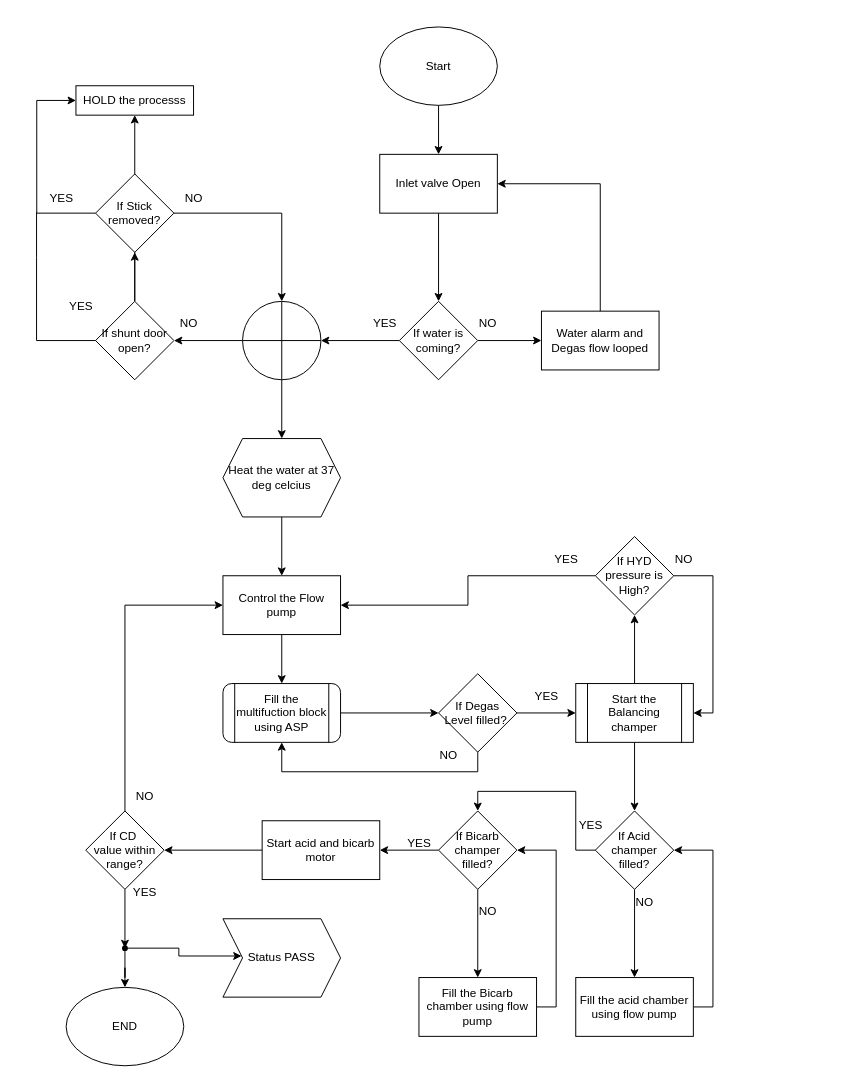
The draw.io diagram Untitled Diagram.drawio in Balaji-Soft/Minion-repo, before the edit. Source tidied: cells renumbered, new cells numbered last; positions are measured from the earlier drawing's top-left corner, leaving out a move shared by most shapes. Both pictures are drawn from the tidied source at 98%, with x=0, y=0 at pixel (36, 26).
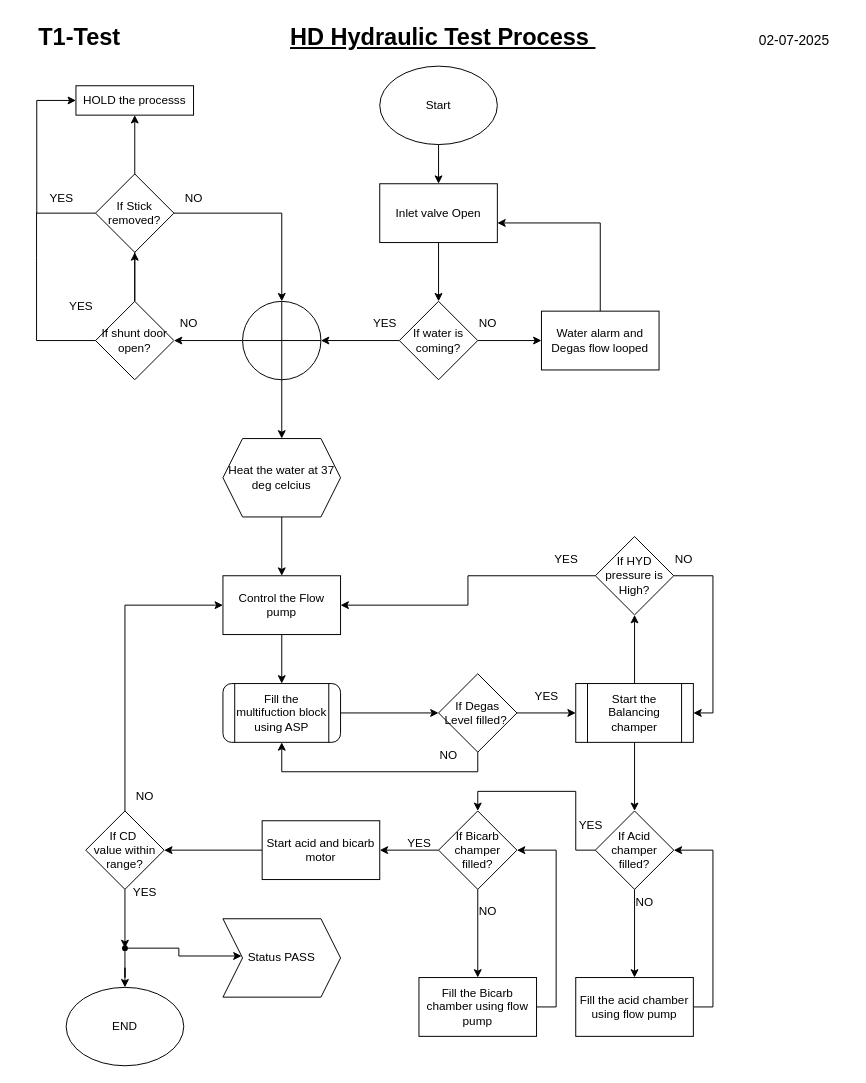
The same page after the edit.

The change refers to these unchanged cells:
```xml
<mxCell id="9" value="Water alarm and Degas flow looped" style="whiteSpace=wrap;html=1;" parent="1" vertex="1">
  <mxGeometry x="515" y="290" width="120" height="60" as="geometry" />
</mxCell>
```

Diff of the diagram source:
```diff
@@
     <mxCell id="3" value="Start" style="ellipse;whiteSpace=wrap;html=1;" parent="1" vertex="1">
-      <mxGeometry x="350" width="120" height="80" as="geometry" />
+      <mxGeometry x="350" y="40" width="120" height="80" as="geometry" />
     </mxCell>
@@
     <mxCell id="5" value="Inlet valve Open" style="whiteSpace=wrap;html=1;" parent="1" vertex="1">
-      <mxGeometry x="350" y="130" width="120" height="60" as="geometry" />
+      <mxGeometry x="350" y="160" width="120" height="60" as="geometry" />
     </mxCell>
@@
     <mxCell id="10" style="edgeStyle=orthogonalEdgeStyle;rounded=0;jettySize=auto;html=1;exitX=0.5;exitY=0;exitDx=0;exitDy=0;" parent="1" edge="1" source="9" target="5">
       <mxGeometry relative="1" as="geometry">
         <Array as="points">
-          <mxPoint x="575" y="160" />
+          <mxPoint x="575" y="200" />
         </Array>
       </mxGeometry>
     </mxCell>
@@
+    <mxCell id="74" value="&lt;h1 style=&quot;margin-top: 0px;&quot;&gt;&amp;nbsp; &amp;nbsp;T1-Test&amp;nbsp; &amp;nbsp; &amp;nbsp; &amp;nbsp; &amp;nbsp; &amp;nbsp; &amp;nbsp; &amp;nbsp; &amp;nbsp; &amp;nbsp; &amp;nbsp; &amp;nbsp; &amp;nbsp;&amp;nbsp;&lt;u&gt;HD Hydraulic Test Process&amp;nbsp;&lt;/u&gt;&amp;nbsp; &amp;nbsp; &amp;nbsp; &amp;nbsp; &amp;nbsp; &amp;nbsp; &amp;nbsp; &amp;nbsp; &amp;nbsp; &amp;nbsp; &amp;nbsp; &amp;nbsp; &amp;nbsp;&lt;font style=&quot;font-size: 14px; font-weight: normal;&quot;&gt;02-07-2025&lt;/font&gt;&lt;/h1&gt;" style="text;html=1;whiteSpace=wrap;overflow=hidden;rounded=0;" parent="1" vertex="1">
+      <mxGeometry x="-20" y="-10" width="850" height="50" as="geometry" />
+    </mxCell>
```
